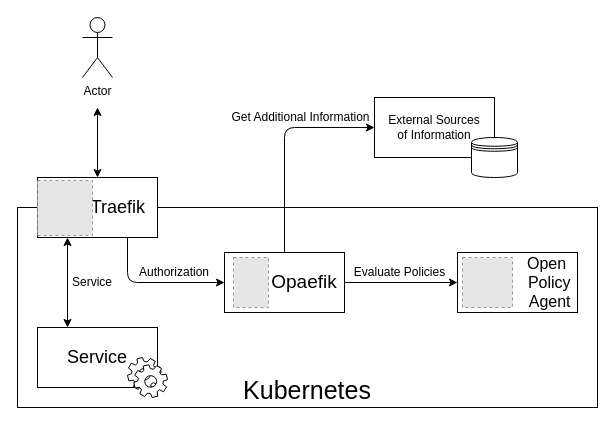
The draw.io diagram Opaefik_architecture.drawio in bolilla/opaefik, before the edit. Source tidied: cells renumbered, new cells numbered last; positions are measured from the earlier drawing's top-left corner, leaving out a move shared by most shapes. Both pictures are drawn from the tidied source at 100%, with x=0, y=0 at pixel (17, 17). Pictures stored in the file or linked from it are replaced by grey dashed boxes.
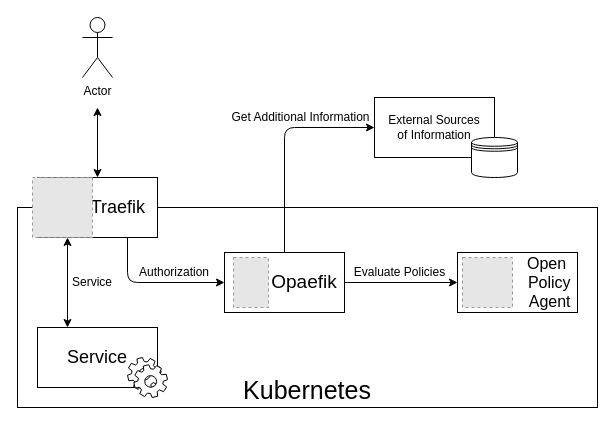
Above is the later version.

The edit, as a diff of the source:
```diff
@@
-    <mxCell id="18" style="fillColor=#E6E6E6;strokeColor=#999999;dashed=1;verticalLabelPosition=bottom;labelBackgroundColor=#ffffff;verticalAlign=top;" parent="1" vertex="1">
-      <mxGeometry x="20" y="163" width="55" height="55" as="geometry" />
-    </mxCell>
@@
+    <mxCell id="23" style="fillColor=#E6E6E6;strokeColor=#999999;dashed=1;verticalLabelPosition=bottom;labelBackgroundColor=#ffffff;verticalAlign=top;" parent="1" vertex="1">
+      <mxGeometry x="15" y="160" width="60" height="60" as="geometry" />
+    </mxCell>
```
